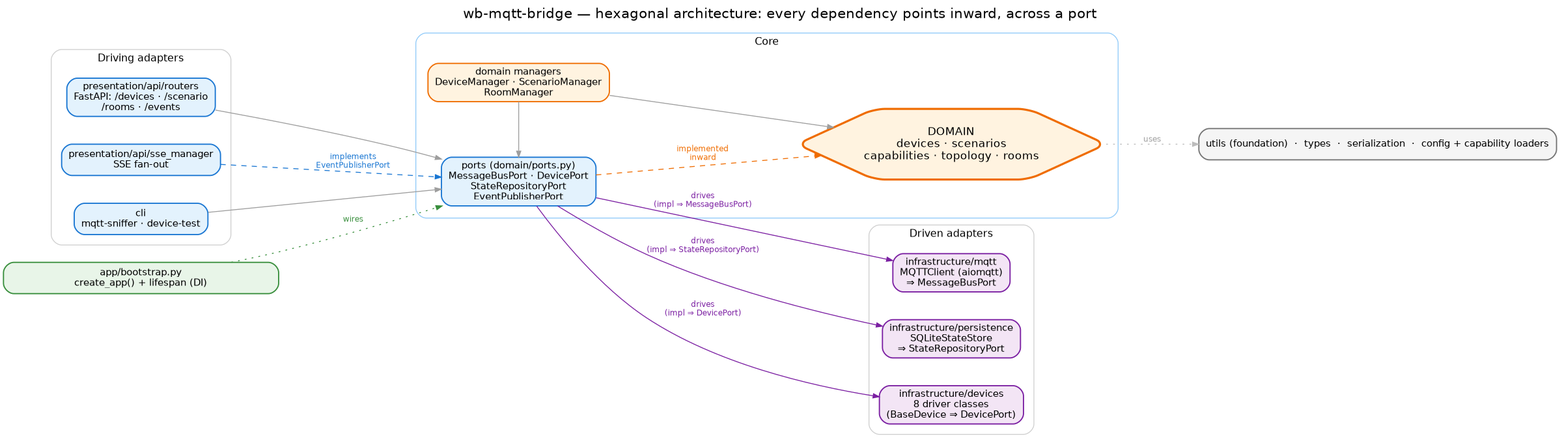
Above: docs/images/hexagon.png in droman42/wb-mqtt-bridge (Graphviz), before the change. Its source is kept beside it as docs/images/hexagon.dot.
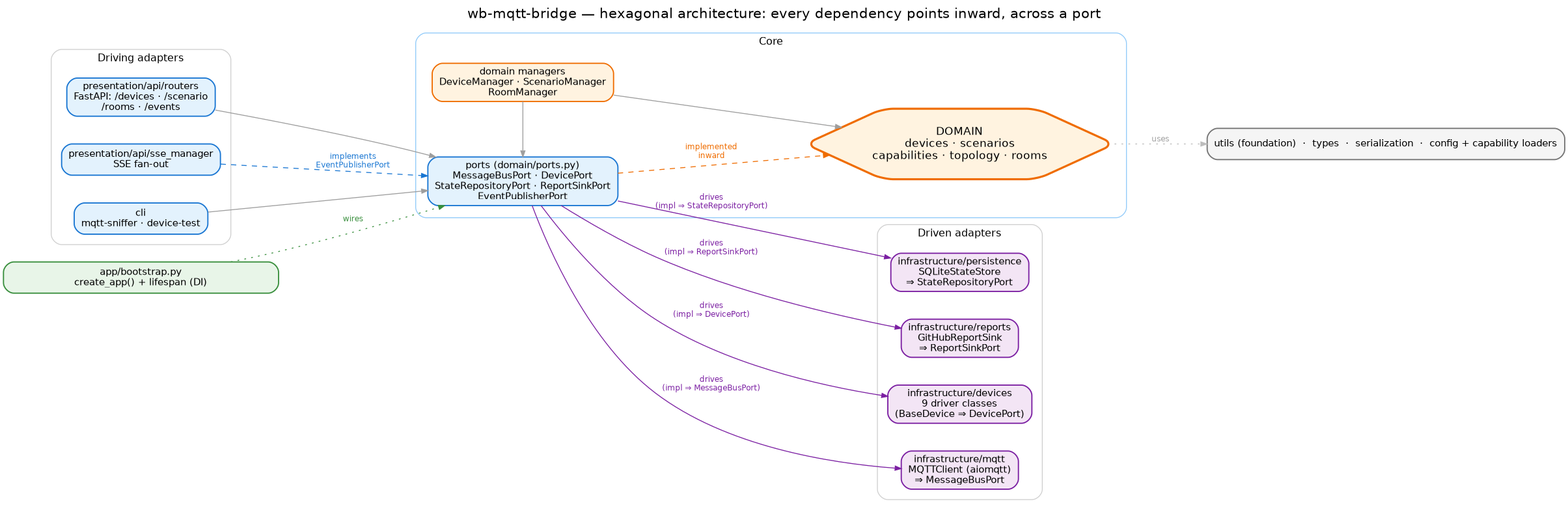
After the change.

Diff of the diagram source:
```diff
@@ -19,7 +19,7 @@
 
   subgraph cluster_core {
     label="Core"; fontsize=12; color="#90caf9"; style=rounded; margin=14;
-    ports    [label="ports (domain/ports.py)\nMessageBusPort · DevicePort\nStateRepositoryPort\nEventPublisherPort",
+    ports    [label="ports (domain/ports.py)\nMessageBusPort · DevicePort\nStateRepositoryPort · ReportSinkPort\nEventPublisherPort",
               fillcolor="#e3f2fd", color="#1976d2"];
     managers [label="domain managers\nDeviceManager · ScenarioManager\nRoomManager",
               fillcolor="#fff3e0", color="#ef6c00"];
@@ -29,11 +29,13 @@
 
   subgraph cluster_driven {
     label="Driven adapters"; fontsize=12; color="#cfcfcf"; style=rounded; margin=12;
-    drivers [label="infrastructure/devices\n8 driver classes\n(BaseDevice ⇒ DevicePort)",
+    drivers [label="infrastructure/devices\n9 driver classes\n(BaseDevice ⇒ DevicePort)",
              fillcolor="#f3e5f5", color="#7b1fa2"];
     bus     [label="infrastructure/mqtt\nMQTTClient (aiomqtt)\n⇒ MessageBusPort",
              fillcolor="#f3e5f5", color="#7b1fa2"];
     store   [label="infrastructure/persistence\nSQLiteStateStore\n⇒ StateRepositoryPort",
+             fillcolor="#f3e5f5", color="#7b1fa2"];
+    sink    [label="infrastructure/reports\nGitHubReportSink\n⇒ ReportSinkPort",
              fillcolor="#f3e5f5", color="#7b1fa2"];
   }
 
@@ -48,6 +50,7 @@
   ports -> drivers [label="drives\n(impl ⇒ DevicePort)", color="#7b1fa2", fontcolor="#7b1fa2"];
   ports -> bus     [label="drives\n(impl ⇒ MessageBusPort)", color="#7b1fa2", fontcolor="#7b1fa2"];
   ports -> store   [label="drives\n(impl ⇒ StateRepositoryPort)", color="#7b1fa2", fontcolor="#7b1fa2"];
+  ports -> sink    [label="drives\n(impl ⇒ ReportSinkPort)", color="#7b1fa2", fontcolor="#7b1fa2"];
 
   sse -> ports [style=dashed, color="#1976d2", fontcolor="#1976d2",
                 label="implements\nEventPublisherPort"];
@@ -61,6 +64,6 @@
 
   {rank=min; routers; sse; cli}
   {rank=same; ports; managers}
-  {rank=same; drivers; bus; store}
+  {rank=same; drivers; bus; store; sink}
   {rank=max; base}
 }
```
